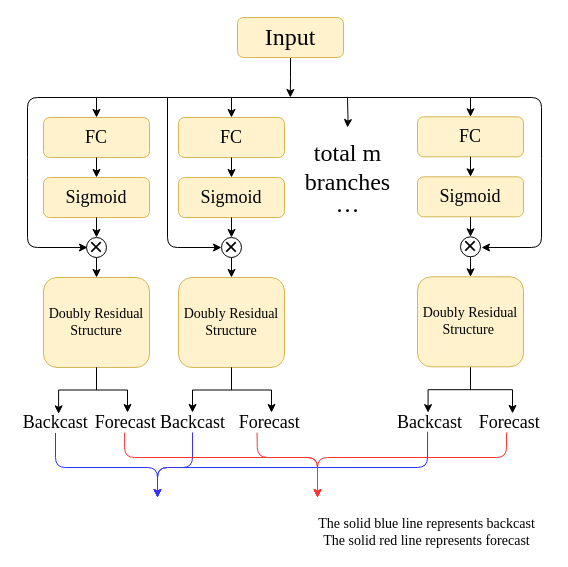
The draw.io diagram multibranch.drawio in jianqing666/figs, before the edit. Source tidied: cells renumbered, new cells numbered last; positions are measured from the earlier drawing's top-left corner, leaving out a move shared by most shapes. Both pictures are drawn from the tidied source at 100%, with x=0, y=0 at pixel (17, 17).
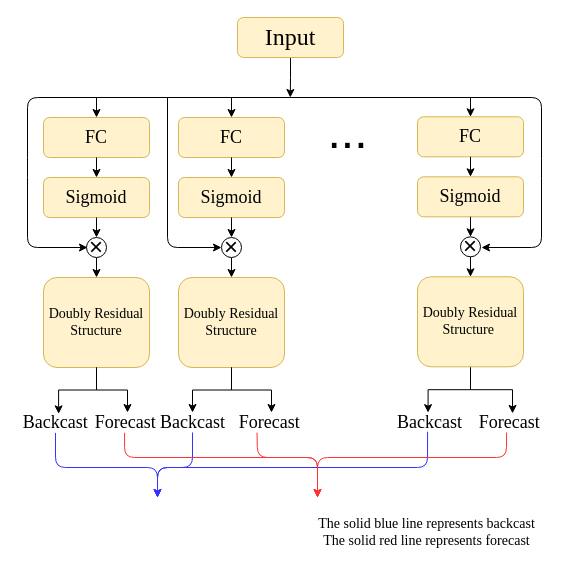
After the change.

Diff of the diagram source:
```diff
@@
-    <mxCell id="40" style="edgeStyle=orthogonalEdgeStyle;rounded=0;jettySize=auto;html=1;" parent="1" edge="1" target="41">
-      <mxGeometry relative="1" as="geometry">
-        <mxPoint x="330" y="80" as="sourcePoint" />
-      </mxGeometry>
-    </mxCell>
-    <mxCell id="41" value="&lt;font style=&quot;font-size: 24px&quot; face=&quot;Times New Roman&quot;&gt;&lt;br&gt;total m&lt;br&gt;branches&lt;br&gt;···&lt;br&gt;&lt;/font&gt;" style="text;html=1;align=center;verticalAlign=middle;points=[];" parent="1" vertex="1">
-      <mxGeometry x="280" y="110" width="100" height="80" as="geometry" />
-    </mxCell>
@@
+    <mxCell id="58" value="&lt;font style=&quot;font-size: 48px&quot;&gt;...&lt;/font&gt;" style="text;html=1;align=center;verticalAlign=middle;" parent="1" vertex="1">
+      <mxGeometry x="300" y="99.3" width="60" height="30" as="geometry" />
+    </mxCell>
```
